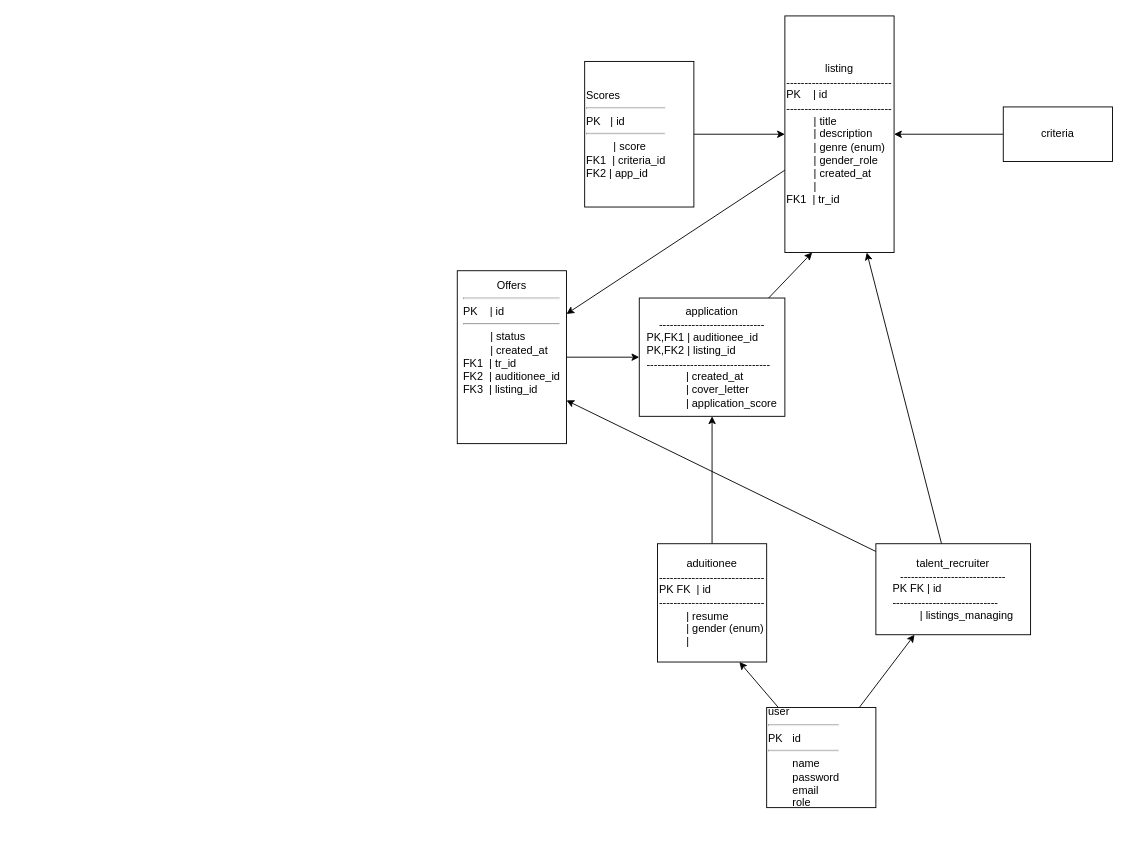
The draw.io diagram docs/ERD.drawio in daleUrquhart/TEMS, before the edit. Source tidied: cells renumbered, new cells numbered last; positions are measured from the earlier drawing's top-left corner, leaving out a move shared by most shapes. Both pictures are drawn from the tidied source at 91%, with x=0, y=0 at pixel (457, 15).
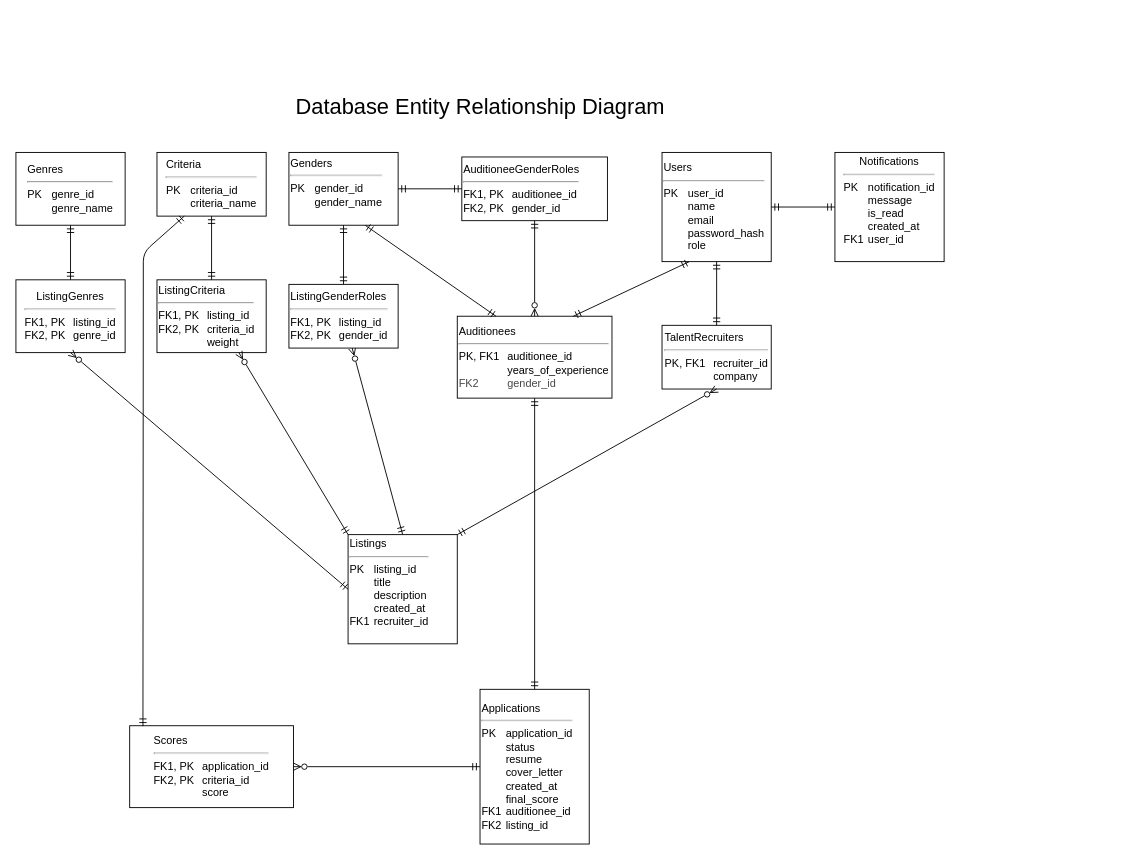
After the change.

Change to the diagram source:
```diff
@@
-    <mxCell id="2" style="edgeStyle=none;html=1;entryX=0.5;entryY=1;entryDx=0;entryDy=0;" parent="1" edge="1" source="3" target="15">
-      <mxGeometry relative="1" as="geometry" />
-    </mxCell>
-    <mxCell id="3" value="aduitionee&lt;br&gt;-----------------------------&lt;br&gt;&lt;div style=&quot;text-align: left;&quot;&gt;PK FK&amp;nbsp; | id&lt;/div&gt;&lt;div style=&quot;text-align: left;&quot;&gt;-----------------------------&lt;/div&gt;&lt;div style=&quot;text-align: left;&quot;&gt;&lt;span style=&quot;background-color: transparent;&quot;&gt;&amp;nbsp; &amp;nbsp; &amp;nbsp; &amp;nbsp; &amp;nbsp;| resume&lt;/span&gt;&lt;br&gt;&lt;/div&gt;&lt;div style=&quot;text-align: left;&quot;&gt;&amp;nbsp; &amp;nbsp; &amp;nbsp; &amp;nbsp; &amp;nbsp;| gender (enum)&lt;/div&gt;&lt;div style=&quot;text-align: left;&quot;&gt;&lt;span style=&quot;white-space: pre;&quot;&gt;&#9;&lt;/span&gt;&amp;nbsp;|&amp;nbsp;&lt;br&gt;&lt;/div&gt;" style="whiteSpace=wrap;html=1;" parent="1" vertex="1">
-      <mxGeometry x="220" y="580" width="120" height="130" as="geometry" />
-    </mxCell>
-    <mxCell id="4" style="edgeStyle=none;html=1;entryX=0.75;entryY=1;entryDx=0;entryDy=0;" parent="1" edge="1" source="6" target="11">
-      <mxGeometry relative="1" as="geometry" />
-    </mxCell>
-    <mxCell id="5" style="edgeStyle=none;html=1;entryX=1;entryY=0.75;entryDx=0;entryDy=0;" parent="1" edge="1" source="6" target="19">
-      <mxGeometry relative="1" as="geometry" />
-    </mxCell>
-    <mxCell id="6" value="talent_recruiter&lt;br&gt;-----------------------------&lt;br&gt;&lt;div style=&quot;text-align: left;&quot;&gt;PK FK | id&lt;/div&gt;&lt;div style=&quot;text-align: left;&quot;&gt;-----------------------------&lt;/div&gt;&lt;div style=&quot;text-align: left;&quot;&gt;&amp;nbsp; &amp;nbsp; &amp;nbsp; &amp;nbsp; &amp;nbsp;| listings_managing&lt;/div&gt;" style="whiteSpace=wrap;html=1;" parent="1" vertex="1">
-      <mxGeometry x="460" y="580" width="170" height="100" as="geometry" />
-    </mxCell>
-    <mxCell id="7" style="edgeStyle=none;html=1;entryX=0.25;entryY=1;entryDx=0;entryDy=0;" parent="1" edge="1" source="9" target="6">
-      <mxGeometry relative="1" as="geometry" />
-    </mxCell>
-    <mxCell id="8" style="edgeStyle=none;html=1;entryX=0.75;entryY=1;entryDx=0;entryDy=0;" parent="1" edge="1" source="9" target="3">
-      <mxGeometry relative="1" as="geometry" />
-    </mxCell>
-    <mxCell id="9" value="user&lt;div&gt;&lt;hr&gt;PK&amp;nbsp;&lt;span style=&quot;white-space: pre;&quot;&gt;&#9;&lt;/span&gt;id&lt;/div&gt;&lt;div&gt;&lt;hr&gt;&lt;span style=&quot;white-space: pre;&quot;&gt;&#9;&lt;/span&gt;name&lt;/div&gt;&lt;div&gt;&lt;span style=&quot;white-space: pre;&quot;&gt;&#9;&lt;/span&gt;password&lt;br&gt;&lt;/div&gt;&lt;div&gt;&lt;span style=&quot;white-space: pre;&quot;&gt;&#9;&lt;/span&gt;email&lt;br&gt;&lt;/div&gt;&lt;div&gt;&lt;span style=&quot;white-space: pre;&quot;&gt;&#9;&lt;/span&gt;role&lt;br&gt;&lt;/div&gt;" style="whiteSpace=wrap;html=1;align=left;" parent="1" vertex="1">
-      <mxGeometry x="340" y="760" width="120" height="110" as="geometry" />
-    </mxCell>
-    <mxCell id="10" style="edgeStyle=none;html=1;entryX=1;entryY=0.25;entryDx=0;entryDy=0;" parent="1" edge="1" source="11" target="19">
-      <mxGeometry relative="1" as="geometry" />
+    <mxCell id="10" value="Genders&lt;div&gt;&lt;hr&gt;PK&lt;span style=&quot;white-space: pre;&quot;&gt;&#9;&lt;/span&gt;gender_id&lt;/div&gt;&lt;div&gt;&lt;span style=&quot;white-space: pre;&quot;&gt;&#9;&lt;/span&gt;gender_name&lt;/div&gt;&lt;div&gt;&lt;br&gt;&lt;/div&gt;" style="whiteSpace=wrap;html=1;align=left;" parent="1" vertex="1">
+      <mxGeometry x="-185" y="150" width="120" height="80" as="geometry" />
     </mxCell>
-    <mxCell id="11" value="listing&lt;br&gt;-----------------------------&lt;br&gt;&lt;div style=&quot;text-align: left;&quot;&gt;PK&amp;nbsp; &amp;nbsp; | id&lt;/div&gt;&lt;div style=&quot;text-align: left;&quot;&gt;-----------------------------&lt;/div&gt;&lt;div style=&quot;text-align: left;&quot;&gt;&amp;nbsp; &amp;nbsp; &amp;nbsp; &amp;nbsp; &amp;nbsp;| title&lt;/div&gt;&lt;div style=&quot;text-align: left;&quot;&gt;&lt;span style=&quot;white-space: pre;&quot;&gt;&#9;&lt;/span&gt;&amp;nbsp;| description&lt;br&gt;&lt;/div&gt;&lt;div style=&quot;text-align: left;&quot;&gt;&lt;span style=&quot;white-space: pre;&quot;&gt;&#9;&lt;/span&gt;&amp;nbsp;| genre (enum)&lt;br&gt;&lt;/div&gt;&lt;div style=&quot;text-align: left;&quot;&gt;&lt;span style=&quot;white-space: pre;&quot;&gt;&#9;&lt;/span&gt;&amp;nbsp;| gender_role&lt;br&gt;&lt;/div&gt;&lt;div style=&quot;text-align: left;&quot;&gt;&lt;span style=&quot;white-space: pre;&quot;&gt;&#9;&lt;/span&gt;&amp;nbsp;| created_at&lt;br&gt;&lt;/div&gt;&lt;div style=&quot;text-align: left;&quot;&gt;&lt;span style=&quot;white-space: pre;&quot;&gt;&#9;&lt;/span&gt;&amp;nbsp;|&amp;nbsp;&lt;br&gt;&lt;/div&gt;&lt;div style=&quot;text-align: left;&quot;&gt;FK1&amp;nbsp; | tr_id&lt;/div&gt;" style="whiteSpace=wrap;html=1;" parent="1" vertex="1">
-      <mxGeometry x="360" width="120" height="260" as="geometry" />
-    </mxCell>
-    <mxCell id="12" style="edgeStyle=none;html=1;entryX=1;entryY=0.5;entryDx=0;entryDy=0;" parent="1" edge="1" source="13" target="11">
-      <mxGeometry relative="1" as="geometry" />
-    </mxCell>
-    <mxCell id="13" value="criteria" style="whiteSpace=wrap;html=1;" parent="1" vertex="1">
-      <mxGeometry x="600" y="100" width="120" height="60" as="geometry" />
-    </mxCell>
-    <mxCell id="14" style="edgeStyle=none;html=1;entryX=0.25;entryY=1;entryDx=0;entryDy=0;" parent="1" edge="1" source="15" target="11">
-      <mxGeometry relative="1" as="geometry" />
-    </mxCell>
-    <mxCell id="15" value="application&lt;br&gt;-----------------------------&lt;br&gt;&lt;div style=&quot;text-align: left;&quot;&gt;PK,FK1 | auditionee_id&lt;/div&gt;&lt;div style=&quot;text-align: left;&quot;&gt;PK,FK2 | listing_id&lt;/div&gt;&lt;div style=&quot;text-align: left;&quot;&gt;----------------------------------&lt;/div&gt;&lt;div style=&quot;text-align: left;&quot;&gt;&lt;span style=&quot;white-space: pre;&quot;&gt;&#9;&lt;/span&gt;&amp;nbsp; &amp;nbsp; &amp;nbsp;| created_at&lt;/div&gt;&lt;div style=&quot;text-align: left;&quot;&gt;&amp;nbsp; &amp;nbsp; &amp;nbsp; &amp;nbsp; &amp;nbsp; &amp;nbsp; &amp;nbsp;| cover_letter&lt;/div&gt;&lt;div style=&quot;text-align: left;&quot;&gt;&amp;nbsp; &amp;nbsp; &amp;nbsp; &amp;nbsp; &amp;nbsp; &amp;nbsp; &amp;nbsp;| application_score&lt;/div&gt;" style="whiteSpace=wrap;html=1;" parent="1" vertex="1">
-      <mxGeometry x="200" y="310" width="160" height="130" as="geometry" />
-    </mxCell>
-    <mxCell id="16" style="edgeStyle=none;html=1;entryX=0;entryY=0.5;entryDx=0;entryDy=0;" parent="1" edge="1" source="17" target="11">
-      <mxGeometry relative="1" as="geometry" />
-    </mxCell>
-    <mxCell id="17" value="Scores&lt;hr&gt;PK&lt;span style=&quot;white-space: pre;&quot;&gt;&#9;&lt;/span&gt;| id&lt;div&gt;&lt;hr&gt;&lt;span style=&quot;white-space: pre;&quot;&gt;&#9;&lt;/span&gt;&amp;nbsp;| score&lt;br&gt;&lt;/div&gt;&lt;div&gt;FK1&amp;nbsp; | criteria_id&lt;br&gt;&lt;/div&gt;&lt;div&gt;FK2 | app_id&lt;/div&gt;" style="whiteSpace=wrap;html=1;align=left;" parent="1" vertex="1">
-      <mxGeometry x="140" y="50" width="120" height="160" as="geometry" />
-    </mxCell>
-    <mxCell id="18" style="edgeStyle=none;html=1;entryX=0;entryY=0.5;entryDx=0;entryDy=0;" parent="1" edge="1" source="19" target="15">
-      <mxGeometry relative="1" as="geometry" />
-    </mxCell>
-    <mxCell id="19" value="Offers&lt;div&gt;&lt;hr&gt;&lt;div style=&quot;text-align: left;&quot;&gt;&lt;span style=&quot;background-color: transparent;&quot;&gt;PK&amp;nbsp; &amp;nbsp; | id&lt;/span&gt;&lt;/div&gt;&lt;/div&gt;&lt;div style=&quot;text-align: left;&quot;&gt;&lt;hr&gt;&lt;span style=&quot;white-space: pre;&quot;&gt;&#9;&lt;/span&gt;&amp;nbsp;| status&lt;br&gt;&lt;/div&gt;&lt;div style=&quot;text-align: left;&quot;&gt;&lt;span style=&quot;white-space: pre;&quot;&gt;&#9;&lt;/span&gt;&amp;nbsp;| created_at&lt;br&gt;&lt;/div&gt;&lt;div style=&quot;text-align: left;&quot;&gt;&lt;span style=&quot;background-color: transparent;&quot;&gt;FK1&amp;nbsp; | tr_id&lt;/span&gt;&lt;/div&gt;&lt;div style=&quot;text-align: left;&quot;&gt;&lt;span style=&quot;background-color: transparent;&quot;&gt;FK2&amp;nbsp; | auditionee_id&lt;/span&gt;&lt;/div&gt;&lt;div style=&quot;text-align: left;&quot;&gt;&lt;span style=&quot;background-color: transparent;&quot;&gt;FK3&amp;nbsp; | listing_id&lt;/span&gt;&lt;/div&gt;&lt;div style=&quot;text-align: left;&quot;&gt;&lt;span style=&quot;background-color: transparent;&quot;&gt;&lt;br&gt;&lt;/span&gt;&lt;/div&gt;&lt;div style=&quot;text-align: left;&quot;&gt;&lt;span style=&quot;background-color: transparent;&quot;&gt;&lt;br&gt;&lt;/span&gt;&lt;/div&gt;&lt;div style=&quot;text-align: left;&quot;&gt;&lt;span style=&quot;background-color: transparent;&quot;&gt;&lt;br&gt;&lt;/span&gt;&lt;/div&gt;" style="whiteSpace=wrap;html=1;" parent="1" vertex="1">
-      <mxGeometry y="280" width="120" height="190" as="geometry" />
-    </mxCell>
+    <mxCell id="20" value="&lt;div style=&quot;text-align: left;&quot;&gt;&lt;span style=&quot;background-color: transparent;&quot;&gt;Genres&lt;/span&gt;&lt;/div&gt;&lt;div&gt;&lt;hr style=&quot;text-align: left;&quot;&gt;&lt;div style=&quot;text-align: left;&quot;&gt;&lt;span style=&quot;background-color: transparent;&quot;&gt;PK&lt;/span&gt;&lt;span style=&quot;background-color: transparent; white-space: pre;&quot;&gt;&#9;&lt;/span&gt;&lt;span style=&quot;background-color: transparent;&quot;&gt;genre_id&lt;/span&gt;&lt;/div&gt;&lt;/div&gt;&lt;div style=&quot;text-align: left;&quot;&gt;&lt;span style=&quot;white-space: pre;&quot;&gt;&#9;&lt;/span&gt;genre_name&lt;br&gt;&lt;/div&gt;" style="whiteSpace=wrap;html=1;" parent="1" vertex="1">
+      <mxGeometry x="-485" y="150" width="120" height="80" as="geometry" />
+    </mxCell>
+    <mxCell id="21" value="Users&lt;div&gt;&lt;hr&gt;PK&lt;span style=&quot;white-space: pre;&quot;&gt;&#9;&lt;/span&gt;user_id&lt;/div&gt;&lt;div&gt;&lt;span style=&quot;white-space: pre;&quot;&gt;&#9;&lt;/span&gt;name&lt;br&gt;&lt;/div&gt;&lt;div&gt;&lt;span style=&quot;white-space: pre;&quot;&gt;&#9;&lt;/span&gt;email&lt;br&gt;&lt;/div&gt;&lt;div&gt;&lt;span style=&quot;white-space: pre;&quot;&gt;&#9;&lt;/span&gt;password_hash&lt;br&gt;&lt;/div&gt;&lt;div&gt;&lt;span style=&quot;white-space: pre;&quot;&gt;&#9;&lt;/span&gt;role&lt;br&gt;&lt;/div&gt;" style="whiteSpace=wrap;html=1;align=left;" parent="1" vertex="1">
+      <mxGeometry x="225" y="150" width="120" height="120" as="geometry" />
+    </mxCell>
+    <mxCell id="22" value="Auditionees&lt;div&gt;&lt;hr&gt;PK, FK1&lt;span style=&quot;white-space: pre;&quot;&gt;&#9;&lt;/span&gt;auditionee_id&lt;/div&gt;&lt;div&gt;&lt;span style=&quot;white-space: pre;&quot;&gt;&lt;span style=&quot;white-space: pre;&quot;&gt;&#9;&lt;/span&gt;&#9;&lt;/span&gt;years_of_experience&lt;br&gt;&lt;/div&gt;&lt;div&gt;&lt;font color=&quot;#484848&quot;&gt;FK2&lt;span style=&quot;white-space: pre;&quot;&gt;&#9;&lt;/span&gt;&lt;span style=&quot;white-space: pre;&quot;&gt;&#9;&lt;/span&gt;gender_id&lt;/font&gt;&lt;/div&gt;" style="whiteSpace=wrap;html=1;align=left;" parent="1" vertex="1">
+      <mxGeometry y="330" width="170" height="90" as="geometry" />
+    </mxCell>
+    <mxCell id="23" value="&lt;div style=&quot;text-align: left;&quot;&gt;&lt;span style=&quot;background-color: transparent;&quot;&gt;TalentRecruiters&lt;/span&gt;&lt;/div&gt;&lt;div&gt;&lt;hr style=&quot;text-align: left;&quot;&gt;&lt;div style=&quot;text-align: left;&quot;&gt;&lt;span style=&quot;background-color: transparent;&quot;&gt;PK, FK1&lt;/span&gt;&lt;span style=&quot;background-color: transparent; white-space: pre;&quot;&gt;&#9;&lt;/span&gt;&lt;span style=&quot;background-color: transparent;&quot;&gt;recruiter_id&lt;/span&gt;&lt;/div&gt;&lt;/div&gt;&lt;div style=&quot;text-align: left;&quot;&gt;&lt;span style=&quot;white-space: pre;&quot;&gt;&#9;&lt;/span&gt;&lt;span style=&quot;white-space: pre;&quot;&gt;&#9;&lt;/span&gt;company&lt;br&gt;&lt;/div&gt;" style="whiteSpace=wrap;html=1;" parent="1" vertex="1">
+      <mxGeometry x="225" y="340" width="120" height="70" as="geometry" />
+    </mxCell>
+    <mxCell id="24" value="Listings&lt;div&gt;&lt;hr&gt;PK&lt;span style=&quot;white-space: pre;&quot;&gt;&#9;&lt;/span&gt;listing_id&lt;/div&gt;&lt;div&gt;&lt;span style=&quot;white-space: pre;&quot;&gt;&#9;&lt;/span&gt;title&lt;br&gt;&lt;/div&gt;&lt;div&gt;&lt;span style=&quot;white-space: pre;&quot;&gt;&#9;&lt;/span&gt;description&lt;br&gt;&lt;/div&gt;&lt;div&gt;&lt;span style=&quot;white-space: pre;&quot;&gt;&#9;&lt;/span&gt;created_at&lt;br&gt;&lt;/div&gt;&lt;div&gt;FK1&lt;span style=&quot;white-space: pre;&quot;&gt;&#9;&lt;/span&gt;recruiter_id&lt;/div&gt;&lt;div&gt;&lt;br&gt;&lt;/div&gt;" style="whiteSpace=wrap;html=1;align=left;" parent="1" vertex="1">
+      <mxGeometry x="-120" y="570" width="120" height="120" as="geometry" />
+    </mxCell>
+    <mxCell id="25" value="AuditioneeGenderRoles&lt;div&gt;&lt;hr&gt;FK1, PK&lt;span style=&quot;white-space: pre;&quot;&gt;&#9;&lt;/span&gt;auditionee_id&lt;/div&gt;&lt;div&gt;FK2, PK&lt;span style=&quot;white-space: pre;&quot;&gt;&#9;&lt;/span&gt;gender_id&lt;/div&gt;" style="whiteSpace=wrap;html=1;align=left;" parent="1" vertex="1">
+      <mxGeometry x="5" y="155" width="160" height="70" as="geometry" />
+    </mxCell>
+    <mxCell id="26" style="edgeStyle=none;html=1;entryX=0.5;entryY=0;entryDx=0;entryDy=0;startArrow=ERzeroToMany;startFill=0;endArrow=ERmandOne;endFill=0;" parent="1" edge="1" source="27" target="24">
+      <mxGeometry relative="1" as="geometry" />
+    </mxCell>
+    <mxCell id="27" value="ListingGenderRoles&lt;div&gt;&lt;hr&gt;FK1, PK&lt;span style=&quot;white-space: pre;&quot;&gt;&#9;&lt;/span&gt;listing_id&lt;/div&gt;&lt;div&gt;FK2, PK&lt;span style=&quot;white-space: pre;&quot;&gt;&#9;&lt;/span&gt;gender_id&lt;/div&gt;" style="whiteSpace=wrap;html=1;align=left;" parent="1" vertex="1">
+      <mxGeometry x="-185" y="295" width="120" height="70" as="geometry" />
+    </mxCell>
+    <mxCell id="28" value="ListingGenres&lt;div&gt;&lt;hr&gt;FK1, PK&lt;span style=&quot;white-space: pre;&quot;&gt;&#9;&lt;/span&gt;listing_id&lt;/div&gt;&lt;div&gt;FK2, PK&lt;span style=&quot;white-space: pre;&quot;&gt;&#9;&lt;/span&gt;genre_id&lt;/div&gt;" style="whiteSpace=wrap;html=1;" parent="1" vertex="1">
+      <mxGeometry x="-485" y="290" width="120" height="80" as="geometry" />
+    </mxCell>
+    <mxCell id="29" value="&lt;div style=&quot;text-align: left;&quot;&gt;&lt;span style=&quot;background-color: transparent;&quot;&gt;Criteria&lt;/span&gt;&lt;/div&gt;&lt;div&gt;&lt;hr style=&quot;text-align: left;&quot;&gt;&lt;div style=&quot;text-align: left;&quot;&gt;&lt;span style=&quot;background-color: transparent;&quot;&gt;PK&lt;/span&gt;&lt;span style=&quot;background-color: transparent; white-space: pre;&quot;&gt;&#9;&lt;/span&gt;&lt;span style=&quot;background-color: transparent;&quot;&gt;criteria_id&lt;/span&gt;&lt;/div&gt;&lt;/div&gt;&lt;div style=&quot;text-align: left;&quot;&gt;&lt;span style=&quot;white-space: pre;&quot;&gt;&#9;&lt;/span&gt;criteria_name&lt;br&gt;&lt;/div&gt;" style="whiteSpace=wrap;html=1;" parent="1" vertex="1">
+      <mxGeometry x="-330" y="150" width="120" height="70" as="geometry" />
+    </mxCell>
+    <mxCell id="30" value="ListingCriteria&lt;div&gt;&lt;hr&gt;FK1, PK&lt;span style=&quot;white-space: pre;&quot;&gt;&#9;&lt;/span&gt;listing_id&lt;/div&gt;&lt;div&gt;FK2, PK&lt;span style=&quot;white-space: pre;&quot;&gt;&#9;&lt;/span&gt;criteria_id&lt;/div&gt;&lt;div&gt;&lt;span style=&quot;white-space: pre;&quot;&gt;&#9;&lt;/span&gt;&lt;span style=&quot;white-space: pre;&quot;&gt;&#9;&lt;/span&gt;weight&lt;br&gt;&lt;/div&gt;" style="whiteSpace=wrap;html=1;align=left;" parent="1" vertex="1">
+      <mxGeometry x="-330" y="290" width="120" height="80" as="geometry" />
+    </mxCell>
+    <mxCell id="31" value="Applications&lt;div&gt;&lt;hr&gt;PK&lt;span style=&quot;white-space: pre;&quot;&gt;&#9;&lt;/span&gt;application_id&lt;/div&gt;&lt;div&gt;&lt;span style=&quot;white-space: pre;&quot;&gt;&#9;&lt;/span&gt;status&lt;br&gt;&lt;/div&gt;&lt;div&gt;&lt;span style=&quot;white-space: pre;&quot;&gt;&#9;&lt;/span&gt;resume&lt;br&gt;&lt;/div&gt;&lt;div&gt;&lt;span style=&quot;white-space: pre;&quot;&gt;&#9;&lt;/span&gt;cover_letter&lt;br&gt;&lt;/div&gt;&lt;div&gt;&lt;span style=&quot;white-space: pre;&quot;&gt;&#9;&lt;/span&gt;created_at&lt;br&gt;&lt;/div&gt;&lt;div&gt;&lt;span style=&quot;white-space: pre;&quot;&gt;&#9;&lt;/span&gt;final_score&lt;br&gt;&lt;/div&gt;&lt;div&gt;FK1&lt;span style=&quot;white-space: pre;&quot;&gt;&#9;&lt;/span&gt;auditionee_id&lt;/div&gt;&lt;div&gt;FK2&lt;span style=&quot;white-space: pre;&quot;&gt;&#9;&lt;/span&gt;listing_id&lt;/div&gt;" style="whiteSpace=wrap;html=1;align=left;" parent="1" vertex="1">
+      <mxGeometry x="25" y="740" width="120" height="170" as="geometry" />
+    </mxCell>
+    <mxCell id="32" value="&lt;div style=&quot;text-align: left;&quot;&gt;&lt;span style=&quot;background-color: transparent;&quot;&gt;Scores&lt;/span&gt;&lt;/div&gt;&lt;div&gt;&lt;hr style=&quot;text-align: left;&quot;&gt;&lt;div style=&quot;text-align: left;&quot;&gt;&lt;span style=&quot;background-color: transparent;&quot;&gt;FK1, PK&lt;/span&gt;&lt;span style=&quot;background-color: transparent; white-space: pre;&quot;&gt;&#9;&lt;/span&gt;&lt;span style=&quot;background-color: transparent;&quot;&gt;application_id&lt;/span&gt;&lt;/div&gt;&lt;/div&gt;&lt;div style=&quot;text-align: left;&quot;&gt;FK2, PK&lt;span style=&quot;white-space: pre;&quot;&gt;&#9;&lt;/span&gt;criteria_id&lt;/div&gt;&lt;div style=&quot;text-align: left;&quot;&gt;&lt;span style=&quot;white-space: pre;&quot;&gt;&#9;&lt;/span&gt;&lt;span style=&quot;white-space: pre;&quot;&gt;&#9;&lt;/span&gt;score&lt;br&gt;&lt;/div&gt;" style="whiteSpace=wrap;html=1;" parent="1" vertex="1">
+      <mxGeometry x="-360" y="780" width="180" height="90" as="geometry" />
+    </mxCell>
+    <mxCell id="33" value="Notifications&lt;div&gt;&lt;hr&gt;PK&lt;span style=&quot;white-space: pre;&quot;&gt;&#9;&lt;/span&gt;notification_id&lt;/div&gt;&lt;div style=&quot;text-align: left;&quot;&gt;&lt;span style=&quot;white-space: pre;&quot;&gt;&#9;&lt;/span&gt;message&lt;br&gt;&lt;/div&gt;&lt;div style=&quot;text-align: left;&quot;&gt;&lt;span style=&quot;white-space: pre;&quot;&gt;&#9;&lt;/span&gt;is_read&lt;br&gt;&lt;/div&gt;&lt;div style=&quot;text-align: left;&quot;&gt;&lt;span style=&quot;white-space: pre;&quot;&gt;&#9;&lt;/span&gt;created_at&lt;br&gt;&lt;/div&gt;&lt;div style=&quot;text-align: left;&quot;&gt;FK1&lt;span style=&quot;white-space: pre;&quot;&gt;&#9;&lt;/span&gt;user_id&lt;/div&gt;&lt;div style=&quot;text-align: left;&quot;&gt;&lt;br&gt;&lt;/div&gt;" style="whiteSpace=wrap;html=1;" parent="1" vertex="1">
+      <mxGeometry x="415" y="150" width="120" height="120" as="geometry" />
+    </mxCell>
+    <mxCell id="34" style="edgeStyle=none;html=1;entryX=0;entryY=0;entryDx=0;entryDy=0;startArrow=ERzeroToMany;startFill=0;endArrow=ERmandOne;endFill=0;exitX=0.75;exitY=1;exitDx=0;exitDy=0;" parent="1" edge="1" source="30" target="24">
+      <mxGeometry relative="1" as="geometry" />
+    </mxCell>
+    <mxCell id="35" style="edgeStyle=none;html=1;entryX=0;entryY=0.5;entryDx=0;entryDy=0;startArrow=ERzeroToMany;startFill=0;endArrow=ERmandOne;endFill=0;exitX=0.5;exitY=1;exitDx=0;exitDy=0;" parent="1" edge="1" source="28" target="24">
+      <mxGeometry relative="1" as="geometry" />
+    </mxCell>
+    <mxCell id="36" style="edgeStyle=none;html=1;entryX=1;entryY=0;entryDx=0;entryDy=0;startArrow=ERzeroToMany;startFill=0;endArrow=ERmandOne;endFill=0;exitX=0.5;exitY=1;exitDx=0;exitDy=0;" parent="1" edge="1" source="23" target="24">
+      <mxGeometry relative="1" as="geometry" />
+    </mxCell>
+    <mxCell id="37" style="edgeStyle=none;html=1;entryX=0.5;entryY=0;entryDx=0;entryDy=0;startArrow=ERmandOne;startFill=0;endArrow=ERmandOne;endFill=0;exitX=0.5;exitY=1;exitDx=0;exitDy=0;" parent="1" edge="1" source="29" target="30">
+      <mxGeometry relative="1" as="geometry" />
+    </mxCell>
+    <mxCell id="38" style="edgeStyle=none;html=1;entryX=0.5;entryY=0;entryDx=0;entryDy=0;startArrow=ERmandOne;startFill=0;endArrow=ERmandOne;endFill=0;exitX=0.5;exitY=1;exitDx=0;exitDy=0;" parent="1" edge="1" source="20" target="28">
+      <mxGeometry relative="1" as="geometry" />
+    </mxCell>
+    <mxCell id="39" style="edgeStyle=none;html=1;entryX=0.5;entryY=0;entryDx=0;entryDy=0;startArrow=ERmandOne;startFill=0;endArrow=ERmandOne;endFill=0;exitX=0.5;exitY=1;exitDx=0;exitDy=0;" parent="1" edge="1" source="10" target="27">
+      <mxGeometry relative="1" as="geometry" />
+    </mxCell>
+    <mxCell id="40" style="edgeStyle=none;html=1;entryX=1;entryY=0.5;entryDx=0;entryDy=0;startArrow=ERmandOne;startFill=0;endArrow=ERmandOne;endFill=0;exitX=0;exitY=0.5;exitDx=0;exitDy=0;" parent="1" edge="1" source="25" target="10">
+      <mxGeometry relative="1" as="geometry" />
+    </mxCell>
+    <mxCell id="41" style="edgeStyle=none;html=1;entryX=0.5;entryY=0;entryDx=0;entryDy=0;startArrow=ERmandOne;startFill=0;endArrow=ERzeroToMany;endFill=0;exitX=0.5;exitY=1;exitDx=0;exitDy=0;" parent="1" edge="1" source="25" target="22">
+      <mxGeometry relative="1" as="geometry" />
+    </mxCell>
+    <mxCell id="42" style="edgeStyle=none;html=1;entryX=0.7;entryY=1.002;entryDx=0;entryDy=0;startArrow=ERmandOne;startFill=0;endArrow=ERmandOne;endFill=0;exitX=0.25;exitY=0;exitDx=0;exitDy=0;entryPerimeter=0;" parent="1" edge="1" source="22" target="10">
+      <mxGeometry relative="1" as="geometry" />
+    </mxCell>
+    <mxCell id="43" style="edgeStyle=none;html=1;entryX=0.25;entryY=1;entryDx=0;entryDy=0;startArrow=ERmandOne;startFill=0;endArrow=ERmandOne;endFill=0;exitX=0.75;exitY=0;exitDx=0;exitDy=0;" parent="1" edge="1" source="22" target="21">
+      <mxGeometry relative="1" as="geometry" />
+    </mxCell>
+    <mxCell id="44" style="edgeStyle=none;html=1;entryX=0.5;entryY=1;entryDx=0;entryDy=0;startArrow=ERmandOne;startFill=0;endArrow=ERmandOne;endFill=0;exitX=0.5;exitY=0;exitDx=0;exitDy=0;" parent="1" edge="1" source="23" target="21">
+      <mxGeometry relative="1" as="geometry" />
+    </mxCell>
+    <mxCell id="45" style="edgeStyle=none;html=1;entryX=0;entryY=0.5;entryDx=0;entryDy=0;startArrow=ERmandOne;startFill=0;endArrow=ERmandOne;endFill=0;exitX=1;exitY=0.5;exitDx=0;exitDy=0;" parent="1" edge="1" source="21" target="33">
+      <mxGeometry relative="1" as="geometry" />
+    </mxCell>
+    <mxCell id="46" style="edgeStyle=none;html=1;startArrow=ERmandOne;startFill=0;endArrow=ERmandOne;endFill=0;entryX=0.25;entryY=1;entryDx=0;entryDy=0;exitX=0.081;exitY=0.006;exitDx=0;exitDy=0;exitPerimeter=0;" parent="1" edge="1" source="32" target="29">
+      <mxGeometry relative="1" as="geometry">
+        <Array as="points">
+          <mxPoint x="-345" y="260" />
+        </Array>
+      </mxGeometry>
+    </mxCell>
+    <mxCell id="47" style="edgeStyle=none;html=1;startArrow=ERzeroToMany;startFill=0;endArrow=ERmandOne;endFill=0;exitX=1;exitY=0.5;exitDx=0;exitDy=0;entryX=0;entryY=0.5;entryDx=0;entryDy=0;" parent="1" edge="1" source="32" target="31">
+      <mxGeometry relative="1" as="geometry" />
+    </mxCell>
+    <mxCell id="48" style="edgeStyle=none;html=1;startArrow=ERmandOne;startFill=0;endArrow=ERmandOne;endFill=0;exitX=0.5;exitY=0;exitDx=0;exitDy=0;entryX=0.5;entryY=1;entryDx=0;entryDy=0;" parent="1" edge="1" source="31" target="22">
+      <mxGeometry relative="1" as="geometry" />
+    </mxCell>
+    <mxCell id="49" value="&lt;font style=&quot;font-size: 24px;&quot;&gt;Database Entity Relationship Diagram&lt;/font&gt;" style="text;html=1;align=center;verticalAlign=middle;strokeColor=none;fillColor=none;" parent="1" vertex="1">
+      <mxGeometry x="-190" y="80" width="430" height="40" as="geometry" />
+    </mxCell>
```
